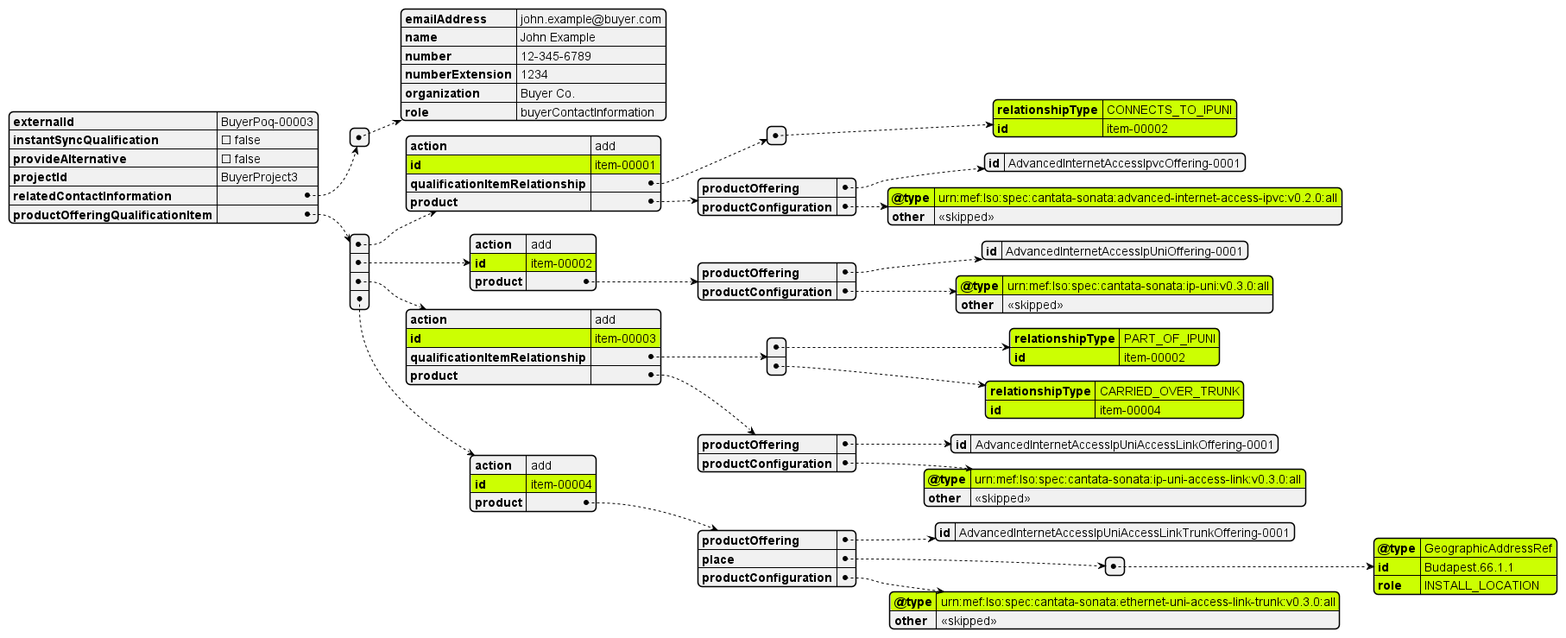
Above: documentation/productSchema/ip/internetAccess/MEF 139 resources/media/useCases/uc3POQ.png in MEF-GIT/MEF-LSO-Sonata-SDK (PlantUML), before the change.
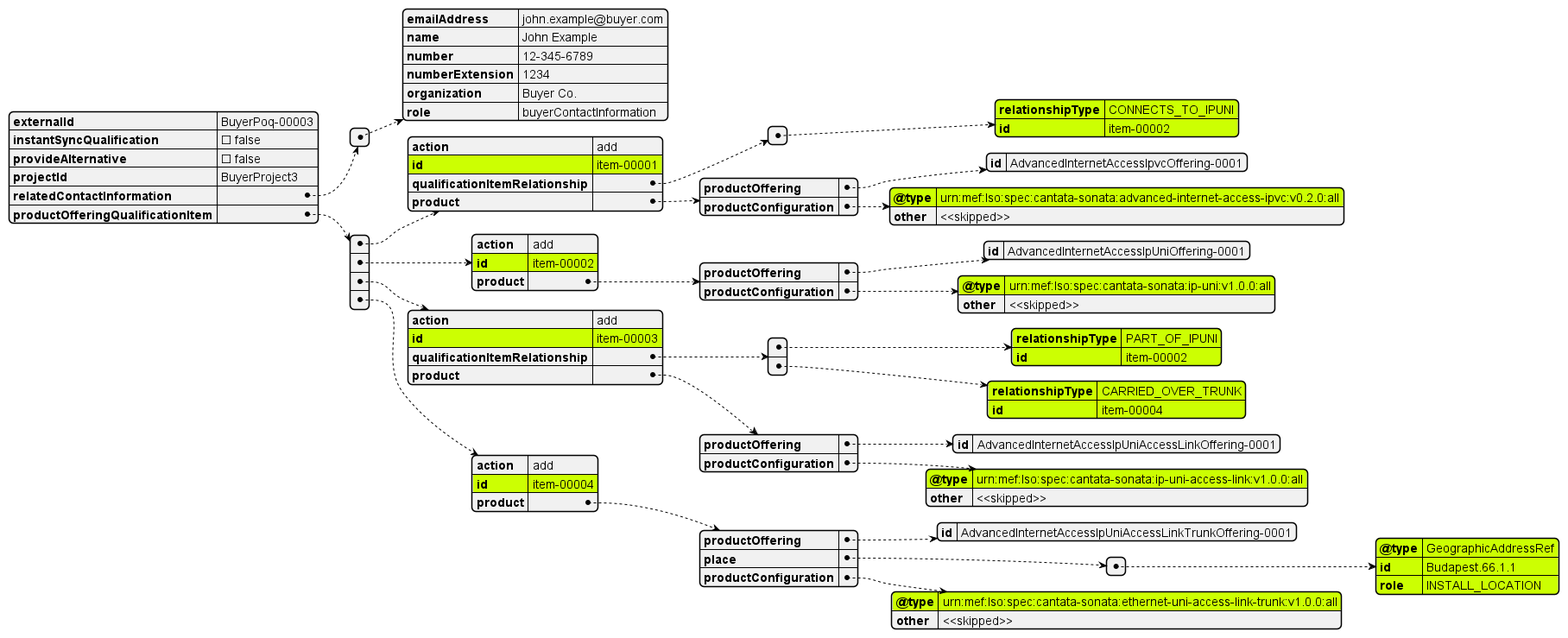
The same file after the commit.

The edit, as a diff of the source:
```diff
@@ -66,7 +66,7 @@
           "id": "AdvancedInternetAccessIpUniOffering-0001"
         },
         "productConfiguration": {
-          "@type": "urn:mef:lso:spec:cantata-sonata:ip-uni:v0.3.0:all",
+          "@type": "urn:mef:lso:spec:cantata-sonata:ip-uni:v1.0.0:all",
           "other": "<<skipped>>"
         }
       }
@@ -89,7 +89,7 @@
           "id": "AdvancedInternetAccessIpUniAccessLinkOffering-0001"
         },
         "productConfiguration": {
-          "@type": "urn:mef:lso:spec:cantata-sonata:ip-uni-access-link:v0.3.0:all",
+          "@type": "urn:mef:lso:spec:cantata-sonata:ip-uni-access-link:v1.0.0:all",
           "other": "<<skipped>>"
         }
       }
@@ -109,7 +109,7 @@
           }
         ],
         "productConfiguration": {
-          "@type": "urn:mef:lso:spec:cantata-sonata:ethernet-uni-access-link-trunk:v0.3.0:all",
+          "@type": "urn:mef:lso:spec:cantata-sonata:ethernet-uni-access-link-trunk:v1.0.0:all",
           "other": "<<skipped>>"
         }
       }
```
